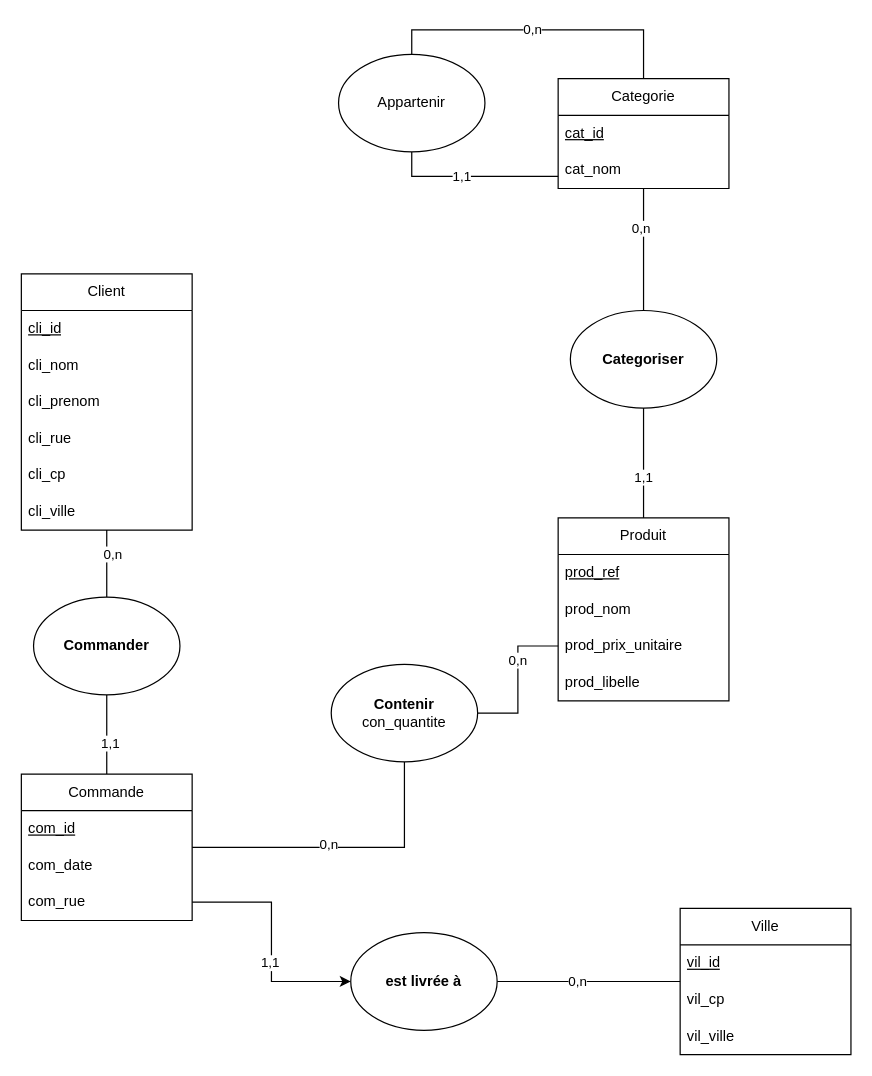
Above: MCD_Gestion_magasin.drawio in Mzk-Ali/EXO_M2I_MERISE (draw.io), before the change. Source tidied: cells renumbered, new cells numbered last; positions are measured from the earlier drawing's top-left corner, leaving out a move shared by most shapes. Both pictures are drawn from the tidied source at 122%, with x=0, y=0 at pixel (21, 54).
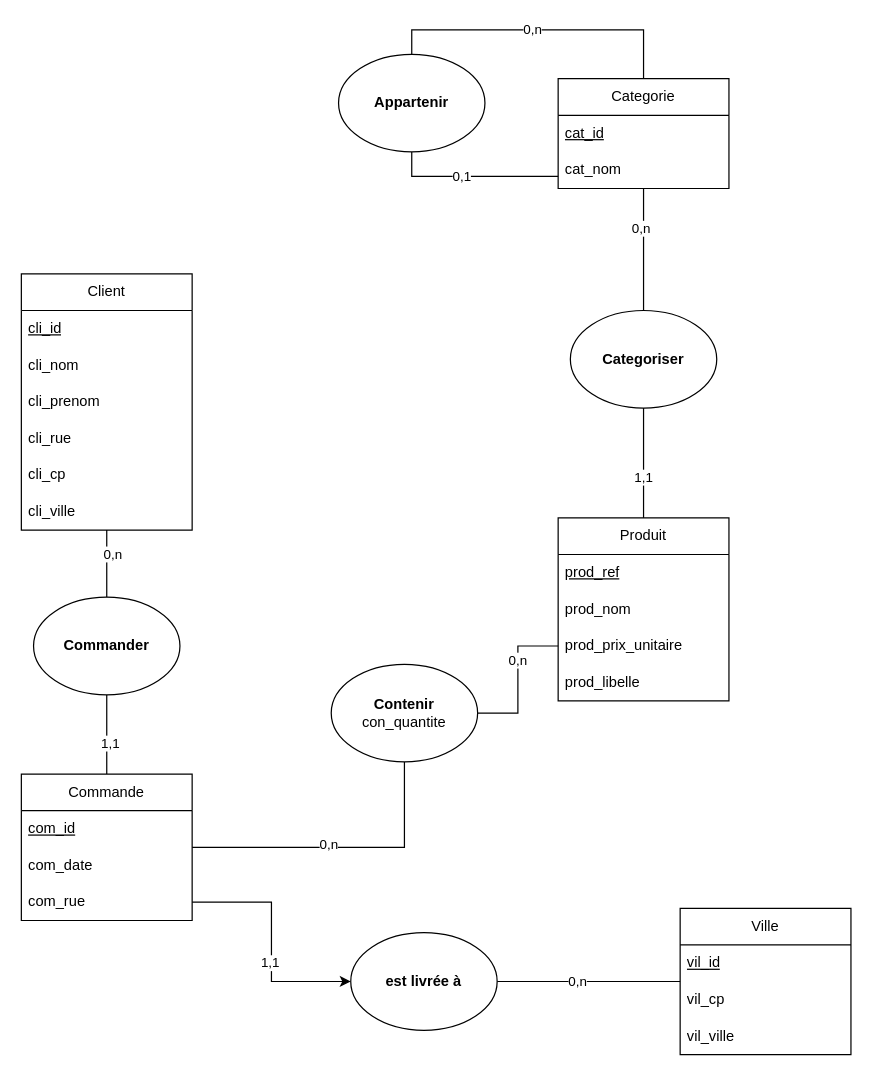
After the change.

Commit message (it also covers changes not shown here):
Mettre à jour MCD_Gestion_magasin.drawio

The change refers to these unchanged cells:
```xml
<mxCell id="36" style="edgeStyle=orthogonalEdgeStyle;rounded=0;jettySize=auto;html=1;endArrow=none;startFill=0;exitX=0.5;exitY=1;exitDx=0;exitDy=0;" parent="1" edge="1" source="40" target="9">
  <mxGeometry relative="1" as="geometry">
    <Array as="points">
      <mxPoint x="320" y="100" />
    </Array>
  </mxGeometry>
</mxCell>
```

What changed in the source:
```diff
@@
-    <mxCell id="37" value="1,1" style="edgeLabel;html=1;align=center;verticalAlign=middle;" parent="36" vertex="1">
+    <mxCell id="37" value="0,1" style="edgeLabel;html=1;align=center;verticalAlign=middle;" parent="36" vertex="1">
       <mxGeometry x="-0.14" y="1" relative="1" as="geometry" />
     </mxCell>
@@
-    <mxCell id="40" value="Appartenir" style="ellipse;whiteSpace=wrap;html=1;" parent="1" vertex="1">
+    <mxCell id="40" value="&lt;b&gt;Appartenir&lt;/b&gt;" style="ellipse;whiteSpace=wrap;html=1;" parent="1" vertex="1">
       <mxGeometry x="260" width="120" height="80" as="geometry" />
     </mxCell>
```
